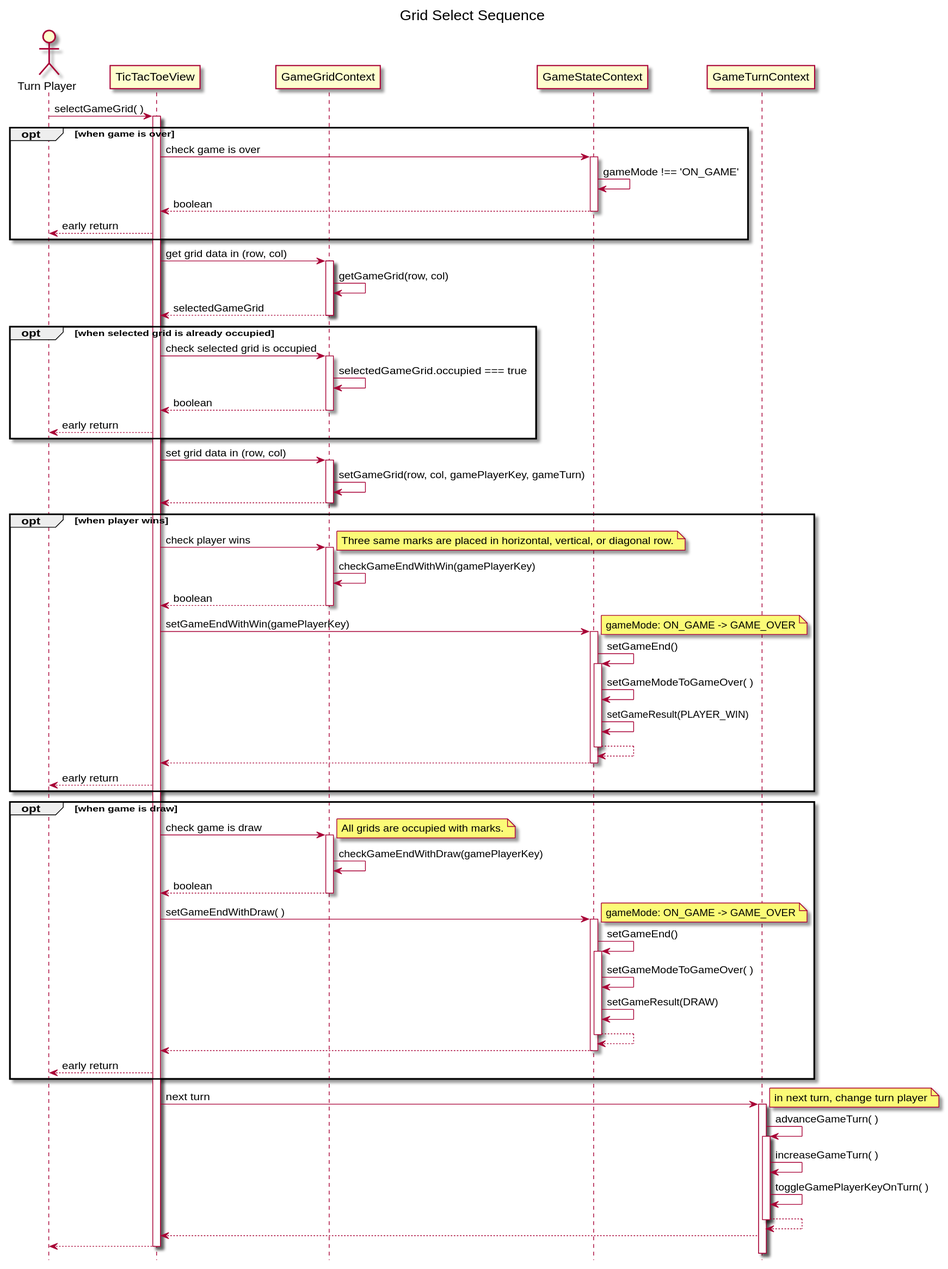
hi2k1978/react-samples keeps this PlantUML diagram as tic-tac-toe/md/grid-select-sequence.svg. Above is the earlier version.
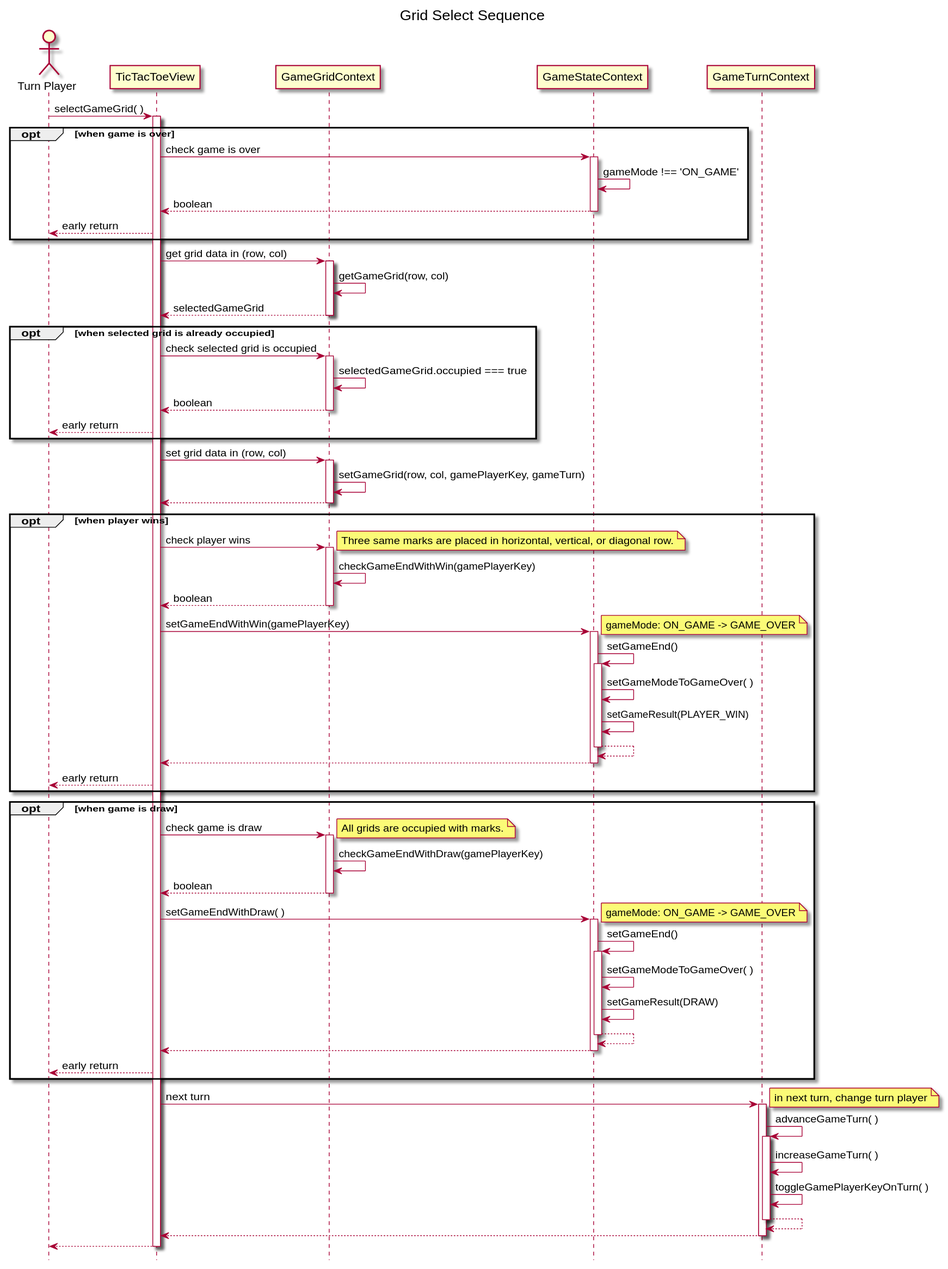
Later version of the same file.

Diff of the diagram source:
```diff
@@ -84,7 +84,7 @@
 GameTurn -> GameTurn: increaseGameTurn( )
 GameTurn -> GameTurn: toggleGamePlayerKeyOnTurn( )
 GameTurn -->  GameTurn --:
-GameTurn --> TicTacToeView:
+GameTurn --> TicTacToeView --:
 
 TicTacToeView --> Player --:
 @enduml
```
